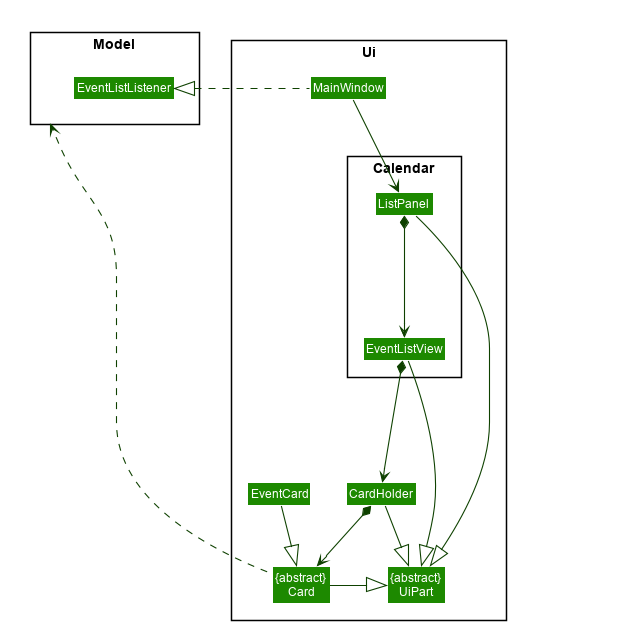
This is docs/images/UiListClassDiagram.png from nus-cs2103-AY1920S1/addressbook-level3, a PlantUML export, as it was before one commit. The source it was exported from:
```plantuml
@startuml








skinparam BackgroundColor #FFFFFFF

skinparam Shadowing false

skinparam Class {
    FontColor #FFFFFF
    BorderThickness 1
    BorderColor #FFFFFF
    StereotypeFontColor #FFFFFF
    FontName Arial
}

skinparam Actor {
    BorderColor #000000
    Color #000000
    FontName Arial
}

skinparam Sequence {
    MessageAlign center
    BoxFontSize 15
    BoxPadding 0
    BoxFontColor #FFFFFF
    FontName Arial
}

skinparam Participant {
    FontColor #FFFFFFF
    Padding 20
}

skinparam MinClassWidth 50
skinparam ParticipantPadding 10
skinparam Shadowing false
skinparam DefaultTextAlignment center
skinparam packageStyle Rectangle

hide footbox
hide members
hide circle
skinparam arrowThickness 1.1
skinparam arrowColor #0E4100
skinparam classBackgroundColor #1D8900

package Ui <<Rectangle>> {
Class "{abstract}\nUiPart" as UiPart
Class "{abstract}\nCard" as Card
Class MainWindow
Class CardHolder
Class EventCard
    package Calendar <<Rectangle>> {
        Class ListPanel
        Class EventListView
    }
}

package Model <<Rectangle>> {
    Class EventListListener
}

Class HiddenOutside #FFFFFF
MainWindow --> ListPanel
MainWindow -left..|> EventListListener

ListPanel -down--|> UiPart
ListPanel *-down--> EventListView

EventListView -down--|> UiPart
EventListView *-down--> CardHolder

CardHolder -down|> UiPart
CardHolder *-down-> Card

Card -down|> UiPart
Card -left..> Model

EventCard --|> Card



@enduml
```
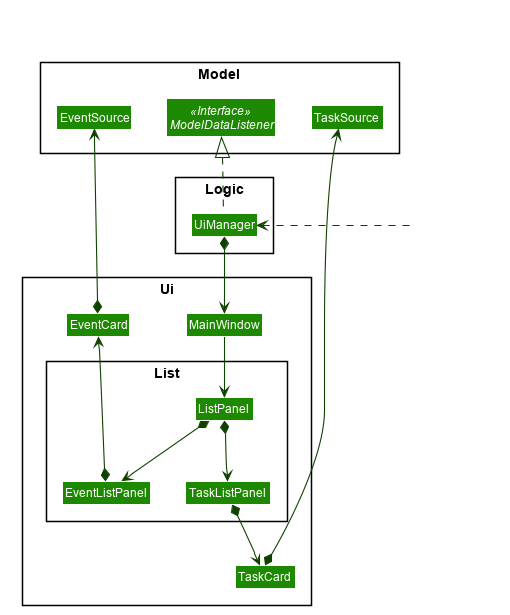
Later version of the same file.

Change to the diagram source:
```diff
@@ -52,39 +52,47 @@
 skinparam classBackgroundColor #1D8900
 
 package Ui <<Rectangle>> {
-Class "{abstract}\nUiPart" as UiPart
-Class "{abstract}\nCard" as Card
-Class MainWindow
-Class CardHolder
-Class EventCard
-    package Calendar <<Rectangle>> {
+    Class MainWindow
+    Class EventCard
+    Class TaskCard
+    package List <<Rectangle>> {
         Class ListPanel
-        Class EventListView
+        Class EventListPanel
+        Class TaskListPanel
     }
 }
 
+package Logic <<Rectangle>> {
+    Class UiManager
+}
+
 package Model <<Rectangle>> {
-    Class EventListListener
+    Class EventSource
+    Class TaskSource
+    Interface ModelDataListener <<Interface>>
 }
 
 Class HiddenOutside #FFFFFF
-MainWindow --> ListPanel
-MainWindow -left..|> EventListListener
+HiddenOutside .left> UiManager
 
-ListPanel -down--|> UiPart
-ListPanel *-down--> EventListView
+UiManager *--> MainWindow
+UiManager .up.|> ModelDataListener
 
-EventListView -down--|> UiPart
-EventListView *-down--> CardHolder
+MainWindow -down-> ListPanel
 
-CardHolder -down|> UiPart
-CardHolder *-down-> Card
+ListPanel *-down-> EventListPanel
+ListPanel *-down-> TaskListPanel
 
-Card -down|> UiPart
-Card -left..> Model
+EventListPanel *-up--> EventCard
 
-EventCard --|> Card
+TaskListPanel *--> TaskCard
 
+EventCard *-up-> EventSource
 
+TaskCard *-up-> TaskSource
+
+EventSource .[hidden]right.|> TaskSource
+EventListPanel .[hidden]down|> TaskListPanel
+TaskCard .[hidden]up|> TaskSource
 
 @enduml
```
